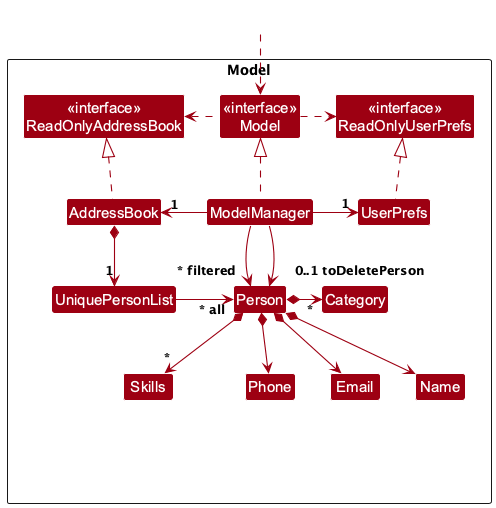
Earlier version of the PlantUML export docs/images/ModelClassDiagram.png (AY2526S1-CS2103T-T08-3/tp). Source of this version:
```plantuml
@startuml
!include style.puml
skinparam arrowThickness 1.1
skinparam arrowColor MODEL_COLOR
skinparam classBackgroundColor MODEL_COLOR

Package Model as ModelPackage <<Rectangle>>{
Class "<<interface>>\nReadOnlyAddressBook" as ReadOnlyAddressBook
Class "<<interface>>\nReadOnlyUserPrefs" as ReadOnlyUserPrefs
Class "<<interface>>\nModel" as Model
Class AddressBook
Class ModelManager
Class UserPrefs

Class UniquePersonList
Class Person
Class Email
Class Name
Class Phone
Class Category
Class Skills

Class I #FFFFFF
}

Class HiddenOutside #FFFFFF
HiddenOutside ..> Model

AddressBook .up.|> ReadOnlyAddressBook

ModelManager .up.|> Model
Model .right.> ReadOnlyUserPrefs
Model .left.> ReadOnlyAddressBook
ModelManager -left-> "1" AddressBook
ModelManager -right-> "1" UserPrefs
UserPrefs .up.|> ReadOnlyUserPrefs

AddressBook *--> "1" UniquePersonList
UniquePersonList -left-> "~* all" Person
Person *--> Name
Person *--> Phone
Person *--> Email
Person *--> "*" Skills
Person *-> "*" Category

Person -[hidden]up--> I
UniquePersonList -[hidden]right-> I

Name -[hidden]right-> Phone
Phone -[hidden]right-> Email

ModelManager --> "~* filtered" Person
ModelManager --> "0..1 toDeletePerson" Person
@enduml
```
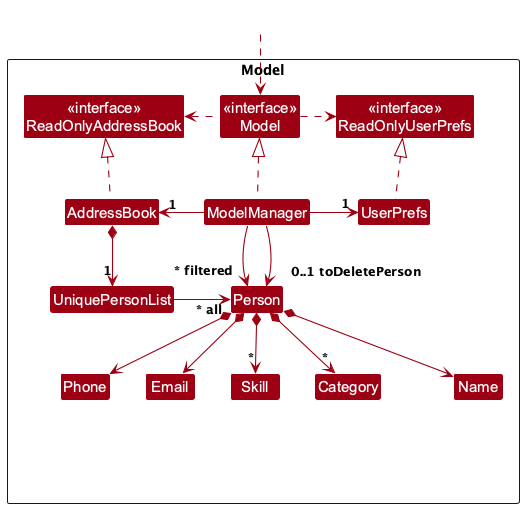
The same diagram one commit later.

What changed in the source:
```diff
@@ -18,7 +18,7 @@
 Class Name
 Class Phone
 Class Category
-Class Skills
+Class Skill
 
 Class I #FFFFFF
 }
@@ -37,17 +37,19 @@
 
 AddressBook *--> "1" UniquePersonList
 UniquePersonList -left-> "~* all" Person
+
 Person *--> Name
 Person *--> Phone
 Person *--> Email
-Person *--> "*" Skills
-Person *-> "*" Category
+Person *--> "*" Skill
+Person *--> "*" Category
 
 Person -[hidden]up--> I
 UniquePersonList -[hidden]right-> I
-
 Name -[hidden]right-> Phone
 Phone -[hidden]right-> Email
+Email -[hidden]right-> Skill
+Skill -[hidden]right-> Category
 
 ModelManager --> "~* filtered" Person
 ModelManager --> "0..1 toDeletePerson" Person
```
